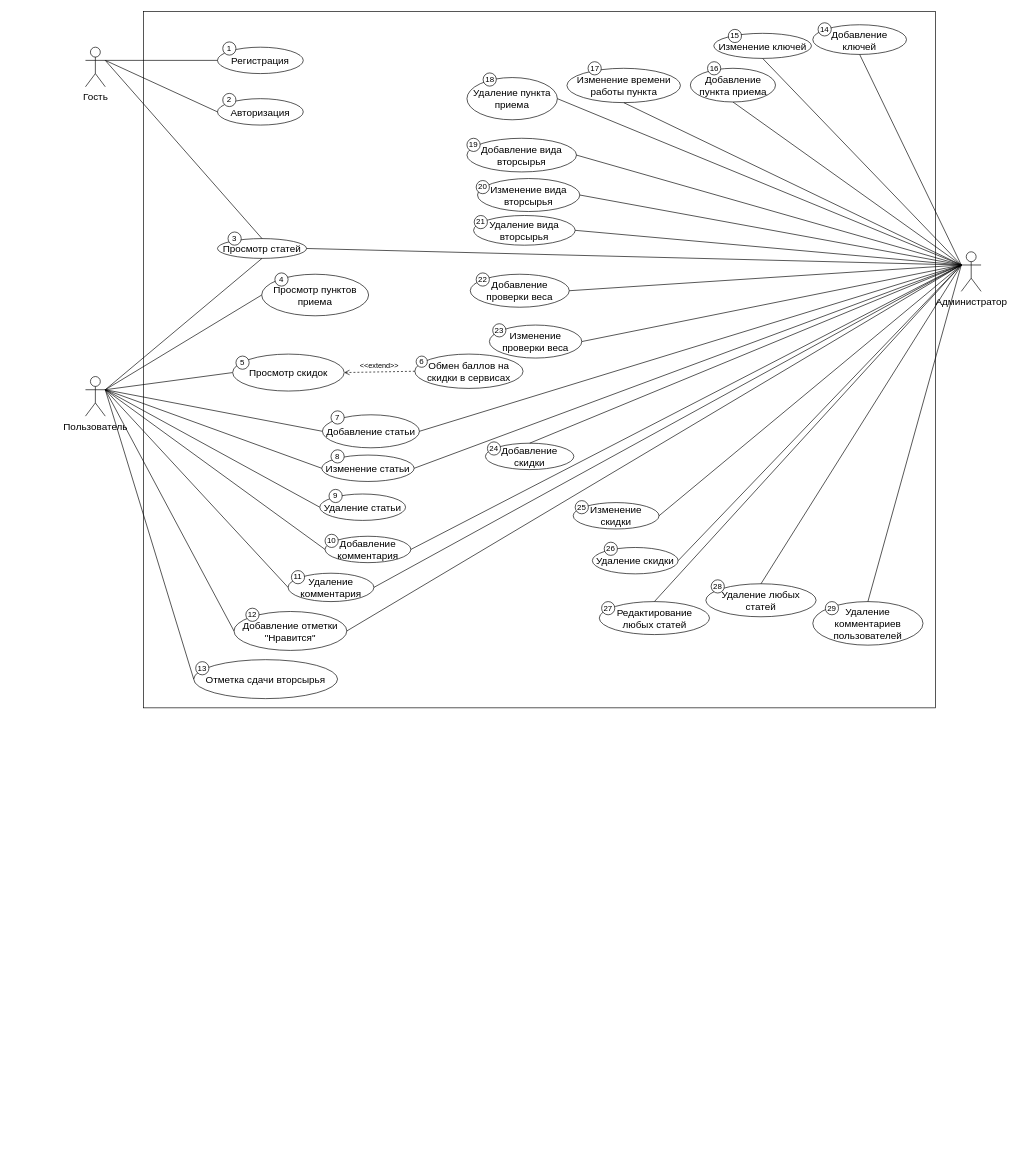
The draw.io diagram stuff_diploma/use_case_Trubach.drawio in DimaXDD/WasteWise, before the edit. Source tidied: cells renumbered, new cells numbered last; positions are measured from the earlier drawing's top-left corner, leaving out a move shared by most shapes. Both pictures are drawn from the tidied source at 66%, with x=0, y=0 at pixel (85, 11).
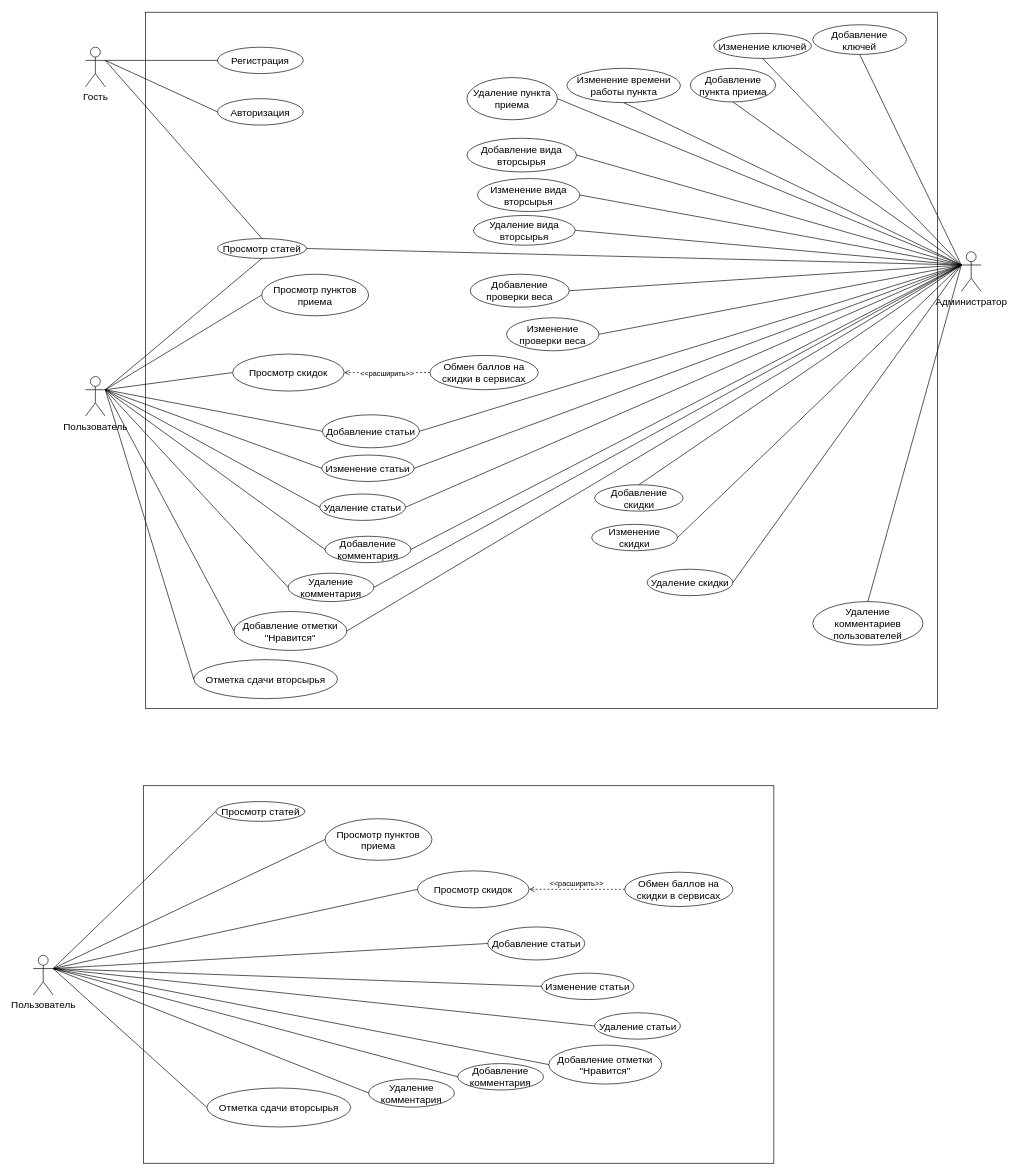
The same page after the edit.

The change refers to these unchanged cells:
```xml
<mxCell id="4" value="Администратор" style="shape=umlActor;verticalLabelPosition=bottom;verticalAlign=top;html=1;outlineConnect=0;fontSize=15;" parent="1" vertex="1">
  <mxGeometry x="1327" y="364" width="30" height="60" as="geometry" />
</mxCell>
<mxCell id="19" value="Удаление статьи" style="ellipse;whiteSpace=wrap;html=1;fontSize=15;" parent="1" vertex="1">
  <mxGeometry x="355" y="731" width="130" height="40" as="geometry" />
</mxCell>
<mxCell id="96" value="Просмотр скидок" style="ellipse;whiteSpace=wrap;html=1;fontSize=15;" parent="1" vertex="1">
  <mxGeometry x="223" y="519" width="169" height="56" as="geometry" />
</mxCell>
```

Diff of the diagram source:
```diff
@@
     <mxCell id="2" style="rounded=0;whiteSpace=wrap;html=1;" parent="1" vertex="1">
-      <mxGeometry x="88" width="1200" height="1055" as="geometry" />
+      <mxGeometry x="91" y="1" width="1200" height="1055" as="geometry" />
     </mxCell>
@@
     <mxCell id="13" value="Обмен баллов на скидки в сервисах" style="ellipse;whiteSpace=wrap;html=1;fontSize=15;" parent="1" vertex="1">
-      <mxGeometry x="499" y="519" width="164" height="52" as="geometry" />
+      <mxGeometry x="522" y="521" width="164" height="52" as="geometry" />
     </mxCell>
@@
     <mxCell id="31" value="Изменение проверки веса" style="ellipse;whiteSpace=wrap;html=1;fontSize=15;" parent="1" vertex="1">
-      <mxGeometry x="612" y="475" width="140" height="50" as="geometry" />
+      <mxGeometry x="638" y="464" width="140" height="50" as="geometry" />
     </mxCell>
@@
     <mxCell id="40" value="Добавление скидки" style="ellipse;whiteSpace=wrap;html=1;fontSize=15;" parent="1" vertex="1">
-      <mxGeometry x="606" y="654" width="134" height="40" as="geometry" />
+      <mxGeometry x="771.5" y="717" width="134" height="40" as="geometry" />
     </mxCell>
     <mxCell id="41" value="Изменение скидки" style="ellipse;whiteSpace=wrap;html=1;fontSize=15;" parent="1" vertex="1">
-      <mxGeometry x="739" y="744" width="130" height="40" as="geometry" />
+      <mxGeometry x="767" y="777" width="130" height="40" as="geometry" />
     </mxCell>
     <mxCell id="42" value="Удаление скидки" style="ellipse;whiteSpace=wrap;html=1;fontSize=15;" parent="1" vertex="1">
-      <mxGeometry x="768" y="812" width="130" height="40" as="geometry" />
+      <mxGeometry x="851" y="845" width="130" height="40" as="geometry" />
     </mxCell>
@@
-    <mxCell id="44" value="Удаление любых статей" style="ellipse;whiteSpace=wrap;html=1;fontSize=15;" parent="1" vertex="1">
-      <mxGeometry x="940" y="867" width="167" height="50" as="geometry" />
-    </mxCell>
@@
-    <mxCell id="66" style="endArrow=none;html=1;rounded=0;entryX=0;entryY=0.3333333333333333;entryDx=0;entryDy=0;exitX=0.5;exitY=0;exitDx=0;exitDy=0;fontSize=15;entryPerimeter=0;" parent="1" edge="1" source="44" target="4">
+    <mxCell id="66" style="endArrow=none;html=1;rounded=0;entryX=0;entryY=0.3333333333333333;entryDx=0;entryDy=0;exitX=1;exitY=0.5;exitDx=0;exitDy=0;fontSize=15;entryPerimeter=0;" parent="1" edge="1" source="19" target="4">
       <mxGeometry relative="1" as="geometry" />
     </mxCell>
-    <mxCell id="67" value="1" style="ellipse;whiteSpace=wrap;html=1;" parent="1" vertex="1">
-      <mxGeometry x="208" y="46" width="20" height="20" as="geometry" />
-    </mxCell>
-    <mxCell id="68" value="12" style="ellipse;whiteSpace=wrap;html=1;" parent="1" vertex="1">
-      <mxGeometry x="243" y="904" width="20" height="20" as="geometry" />
-    </mxCell>
-    <mxCell id="69" value="4" style="ellipse;whiteSpace=wrap;html=1;" parent="1" vertex="1">
-      <mxGeometry x="287" y="396" width="20" height="20" as="geometry" />
-    </mxCell>
-    <mxCell id="70" value="3" style="ellipse;whiteSpace=wrap;html=1;" parent="1" vertex="1">
-      <mxGeometry x="216" y="334" width="20" height="20" as="geometry" />
-    </mxCell>
-    <mxCell id="71" value="2" style="ellipse;whiteSpace=wrap;html=1;" parent="1" vertex="1">
-      <mxGeometry x="208" y="124" width="20" height="20" as="geometry" />
-    </mxCell>
-    <mxCell id="72" value="10" style="ellipse;whiteSpace=wrap;html=1;" parent="1" vertex="1">
-      <mxGeometry x="363" y="792" width="20" height="20" as="geometry" />
-    </mxCell>
-    <mxCell id="73" value="9" style="ellipse;whiteSpace=wrap;html=1;" parent="1" vertex="1">
-      <mxGeometry x="369" y="724" width="20" height="20" as="geometry" />
-    </mxCell>
-    <mxCell id="74" value="8" style="ellipse;whiteSpace=wrap;html=1;" parent="1" vertex="1">
-      <mxGeometry x="372" y="664" width="20" height="20" as="geometry" />
-    </mxCell>
-    <mxCell id="75" value="7" style="ellipse;whiteSpace=wrap;html=1;" parent="1" vertex="1">
-      <mxGeometry x="372" y="605" width="20" height="20" as="geometry" />
-    </mxCell>
-    <mxCell id="76" value="13" style="ellipse;whiteSpace=wrap;html=1;" parent="1" vertex="1">
-      <mxGeometry x="167" y="985" width="20" height="20" as="geometry" />
-    </mxCell>
-    <mxCell id="77" value="11" style="ellipse;whiteSpace=wrap;html=1;" parent="1" vertex="1">
-      <mxGeometry x="312" y="847" width="20" height="20" as="geometry" />
-    </mxCell>
-    <mxCell id="78" value="18" style="ellipse;whiteSpace=wrap;html=1;" parent="1" vertex="1">
-      <mxGeometry x="602.5" y="93" width="20" height="20" as="geometry" />
-    </mxCell>
-    <mxCell id="79" value="26" style="ellipse;whiteSpace=wrap;html=1;" parent="1" vertex="1">
-      <mxGeometry x="786" y="804" width="20" height="20" as="geometry" />
-    </mxCell>
-    <mxCell id="80" value="19" style="ellipse;whiteSpace=wrap;html=1;" parent="1" vertex="1">
-      <mxGeometry x="578" y="192" width="20" height="20" as="geometry" />
-    </mxCell>
-    <mxCell id="81" value="15" style="ellipse;whiteSpace=wrap;html=1;" parent="1" vertex="1">
-      <mxGeometry x="974" y="27" width="20" height="20" as="geometry" />
-    </mxCell>
-    <mxCell id="82" value="14" style="ellipse;whiteSpace=wrap;html=1;" parent="1" vertex="1">
-      <mxGeometry x="1110" y="17" width="20" height="20" as="geometry" />
-    </mxCell>
-    <mxCell id="83" value="17" style="ellipse;whiteSpace=wrap;html=1;" parent="1" vertex="1">
-      <mxGeometry x="761.5" y="76" width="20" height="20" as="geometry" />
-    </mxCell>
-    <mxCell id="84" value="16" style="ellipse;whiteSpace=wrap;html=1;" parent="1" vertex="1">
-      <mxGeometry x="942.5" y="76" width="20" height="20" as="geometry" />
-    </mxCell>
-    <mxCell id="85" value="25" style="ellipse;whiteSpace=wrap;html=1;" parent="1" vertex="1">
-      <mxGeometry x="742" y="741" width="20" height="20" as="geometry" />
-    </mxCell>
-    <mxCell id="86" value="24" style="ellipse;whiteSpace=wrap;html=1;" parent="1" vertex="1">
-      <mxGeometry x="609" y="652" width="20" height="20" as="geometry" />
-    </mxCell>
-    <mxCell id="87" value="23" style="ellipse;whiteSpace=wrap;html=1;" parent="1" vertex="1">
-      <mxGeometry x="617" y="473" width="20" height="20" as="geometry" />
-    </mxCell>
-    <mxCell id="88" value="22" style="ellipse;whiteSpace=wrap;html=1;" parent="1" vertex="1">
-      <mxGeometry x="592" y="396" width="20" height="20" as="geometry" />
-    </mxCell>
-    <mxCell id="89" value="28" style="ellipse;whiteSpace=wrap;html=1;" parent="1" vertex="1">
-      <mxGeometry x="948" y="861" width="20" height="20" as="geometry" />
-    </mxCell>
-    <mxCell id="90" value="29" style="ellipse;whiteSpace=wrap;html=1;" parent="1" vertex="1">
-      <mxGeometry x="1121" y="894" width="20" height="20" as="geometry" />
-    </mxCell>
-    <mxCell id="91" value="21" style="ellipse;whiteSpace=wrap;html=1;" parent="1" vertex="1">
-      <mxGeometry x="589" y="309" width="20" height="20" as="geometry" />
-    </mxCell>
-    <mxCell id="92" value="20" style="ellipse;whiteSpace=wrap;html=1;" parent="1" vertex="1">
-      <mxGeometry x="592" y="256" width="20" height="20" as="geometry" />
-    </mxCell>
-    <mxCell id="93" value="Редактирование любых статей" style="ellipse;whiteSpace=wrap;html=1;fontSize=15;" parent="1" vertex="1">
-      <mxGeometry x="778.5" y="894" width="167" height="50" as="geometry" />
-    </mxCell>
-    <mxCell id="94" value="27" style="ellipse;whiteSpace=wrap;html=1;" parent="1" vertex="1">
-      <mxGeometry x="782" y="894" width="20" height="20" as="geometry" />
-    </mxCell>
-    <mxCell id="95" style="endArrow=none;html=1;rounded=0;entryX=0;entryY=0.3333333333333333;entryDx=0;entryDy=0;exitX=0.5;exitY=0;exitDx=0;exitDy=0;fontSize=15;entryPerimeter=0;" parent="1" edge="1" source="93" target="4">
-      <mxGeometry relative="1" as="geometry" />
-    </mxCell>
@@
-    <mxCell id="97" value="5" style="ellipse;whiteSpace=wrap;html=1;" parent="1" vertex="1">
-      <mxGeometry x="228" y="522" width="20" height="20" as="geometry" />
-    </mxCell>
-    <mxCell id="98" value="6" style="ellipse;whiteSpace=wrap;html=1;" parent="1" vertex="1">
-      <mxGeometry x="501" y="522" width="17" height="17" as="geometry" />
-    </mxCell>
-    <mxCell id="99" value="&amp;lt;&amp;lt;extend&amp;gt;&amp;gt;" style="html=1;verticalAlign=bottom;labelBackgroundColor=none;endArrow=open;endFill=0;dashed=1;rounded=0;exitX=0;exitY=0.5;exitDx=0;exitDy=0;entryX=1;entryY=0.5;entryDx=0;entryDy=0;" parent="1" edge="1" source="13" target="96">
+    <mxCell id="99" style="html=1;verticalAlign=bottom;labelBackgroundColor=none;endArrow=open;endFill=0;dashed=1;rounded=0;exitX=0;exitY=0.5;exitDx=0;exitDy=0;entryX=1;entryY=0.5;entryDx=0;entryDy=0;" parent="1" edge="1" source="13" target="96">
       <mxGeometry relative="1" as="geometry" />
     </mxCell>
+    <mxCell id="100" value="&amp;lt;&amp;lt;расширить&amp;gt;&amp;gt;" style="edgeLabel;html=1;align=center;verticalAlign=middle;" parent="99" vertex="1">
+      <mxGeometry x="-0.53" y="2" relative="1" as="geometry">
+        <mxPoint x="-35" y="-2" as="offset" />
+      </mxGeometry>
+    </mxCell>
+    <mxCell id="101" style="rounded=0;whiteSpace=wrap;html=1;" parent="1" vertex="1">
+      <mxGeometry x="88" y="1173" width="955" height="572" as="geometry" />
+    </mxCell>
+    <mxCell id="102" value="Пользователь" style="shape=umlActor;verticalLabelPosition=bottom;verticalAlign=top;html=1;outlineConnect=0;fontSize=15;" parent="1" vertex="1">
+      <mxGeometry x="-79" y="1430" width="30" height="60" as="geometry" />
+    </mxCell>
+    <mxCell id="103" value="Просмотр пунктов приема" style="ellipse;whiteSpace=wrap;html=1;fontSize=15;" parent="1" vertex="1">
+      <mxGeometry x="363" y="1223" width="162" height="63" as="geometry" />
+    </mxCell>
+    <mxCell id="104" value="Обмен баллов на скидки в сервисах" style="ellipse;whiteSpace=wrap;html=1;fontSize=15;" parent="1" vertex="1">
+      <mxGeometry x="817" y="1304" width="164" height="52" as="geometry" />
+    </mxCell>
+    <mxCell id="105" value="Просмотр статей" style="ellipse;whiteSpace=wrap;html=1;fontSize=15;" parent="1" vertex="1">
+      <mxGeometry x="197.5" y="1197" width="135" height="30" as="geometry" />
+    </mxCell>
+    <mxCell id="106" value="Отметка сдачи вторсырья" style="ellipse;whiteSpace=wrap;html=1;fontSize=15;" parent="1" vertex="1">
+      <mxGeometry x="184" y="1631" width="218" height="59" as="geometry" />
+    </mxCell>
+    <mxCell id="107" value="Удаление статьи" style="ellipse;whiteSpace=wrap;html=1;fontSize=15;" parent="1" vertex="1">
+      <mxGeometry x="771.5" y="1517" width="130" height="40" as="geometry" />
+    </mxCell>
+    <mxCell id="108" value="Изменение статьи" style="ellipse;whiteSpace=wrap;html=1;fontSize=15;" parent="1" vertex="1">
+      <mxGeometry x="691" y="1457" width="140" height="40" as="geometry" />
+    </mxCell>
+    <mxCell id="109" value="Добавление статьи" style="ellipse;whiteSpace=wrap;html=1;fontSize=15;" parent="1" vertex="1">
+      <mxGeometry x="609.5" y="1387" width="147" height="50" as="geometry" />
+    </mxCell>
+    <mxCell id="110" value="Добавление отметки&lt;div&gt;&quot;Нравится&quot;&lt;/div&gt;" style="ellipse;whiteSpace=wrap;html=1;fontSize=15;" parent="1" vertex="1">
+      <mxGeometry x="702" y="1566" width="171" height="59" as="geometry" />
+    </mxCell>
+    <mxCell id="111" value="Удаление комментария" style="ellipse;whiteSpace=wrap;html=1;fontSize=15;" parent="1" vertex="1">
+      <mxGeometry x="429" y="1617" width="130" height="43" as="geometry" />
+    </mxCell>
+    <mxCell id="112" value="Добавление комментария" style="ellipse;whiteSpace=wrap;html=1;fontSize=15;" parent="1" vertex="1">
+      <mxGeometry x="564" y="1594" width="130" height="40" as="geometry" />
+    </mxCell>
+    <mxCell id="113" value="Просмотр скидок" style="ellipse;whiteSpace=wrap;html=1;fontSize=15;" parent="1" vertex="1">
+      <mxGeometry x="503" y="1302" width="169" height="56" as="geometry" />
+    </mxCell>
+    <mxCell id="114" value="&amp;lt;&amp;lt;расширить&amp;gt;&amp;gt;" style="html=1;verticalAlign=bottom;labelBackgroundColor=none;endArrow=open;endFill=0;dashed=1;rounded=0;exitX=0;exitY=0.5;exitDx=0;exitDy=0;entryX=1;entryY=0.5;entryDx=0;entryDy=0;" parent="1" edge="1" source="104" target="113">
+      <mxGeometry relative="1" as="geometry" />
+    </mxCell>
+    <mxCell id="115" style="endArrow=none;html=1;rounded=0;fontSize=15;entryX=0;entryY=0.5;entryDx=0;entryDy=0;exitX=1;exitY=0.3333333333333333;exitDx=0;exitDy=0;exitPerimeter=0;" parent="1" edge="1" source="102" target="106">
+      <mxGeometry relative="1" as="geometry" />
+    </mxCell>
+    <mxCell id="116" style="endArrow=none;html=1;rounded=0;entryX=1;entryY=0.3333333333333333;entryDx=0;entryDy=0;entryPerimeter=0;fontSize=15;exitX=0;exitY=0.5;exitDx=0;exitDy=0;" parent="1" edge="1" source="105" target="102">
+      <mxGeometry relative="1" as="geometry" />
+    </mxCell>
+    <mxCell id="117" style="endArrow=none;html=1;rounded=0;entryX=0;entryY=0.5;entryDx=0;entryDy=0;fontSize=15;exitX=1;exitY=0.3333333333333333;exitDx=0;exitDy=0;exitPerimeter=0;" parent="1" edge="1" source="102" target="107">
+      <mxGeometry relative="1" as="geometry" />
+    </mxCell>
+    <mxCell id="118" style="endArrow=none;html=1;rounded=0;entryX=0;entryY=0.5;entryDx=0;entryDy=0;fontSize=15;exitX=1;exitY=0.3333333333333333;exitDx=0;exitDy=0;exitPerimeter=0;" parent="1" edge="1" source="102" target="108">
+      <mxGeometry relative="1" as="geometry" />
+    </mxCell>
+    <mxCell id="119" style="endArrow=none;html=1;rounded=0;entryX=0;entryY=0.5;entryDx=0;entryDy=0;fontSize=15;exitX=1;exitY=0.3333333333333333;exitDx=0;exitDy=0;exitPerimeter=0;" parent="1" edge="1" source="102" target="111">
+      <mxGeometry relative="1" as="geometry" />
+    </mxCell>
+    <mxCell id="120" style="endArrow=none;html=1;rounded=0;entryX=0;entryY=0.5;entryDx=0;entryDy=0;fontSize=15;exitX=1;exitY=0.3333333333333333;exitDx=0;exitDy=0;exitPerimeter=0;" parent="1" edge="1" source="102" target="113">
+      <mxGeometry relative="1" as="geometry" />
+    </mxCell>
+    <mxCell id="121" style="endArrow=none;html=1;rounded=0;entryX=0;entryY=0.5;entryDx=0;entryDy=0;fontSize=15;exitX=1;exitY=0.3333333333333333;exitDx=0;exitDy=0;exitPerimeter=0;" parent="1" edge="1" source="102" target="109">
+      <mxGeometry relative="1" as="geometry" />
+    </mxCell>
+    <mxCell id="122" style="endArrow=none;html=1;rounded=0;entryX=0;entryY=0.5;entryDx=0;entryDy=0;fontSize=15;exitX=1;exitY=0.3333333333333333;exitDx=0;exitDy=0;exitPerimeter=0;" parent="1" edge="1" source="102" target="110">
+      <mxGeometry relative="1" as="geometry" />
+    </mxCell>
+    <mxCell id="123" style="endArrow=none;html=1;rounded=0;entryX=0;entryY=0.5;entryDx=0;entryDy=0;fontSize=15;exitX=1;exitY=0.3333333333333333;exitDx=0;exitDy=0;exitPerimeter=0;" parent="1" edge="1" source="102" target="112">
+      <mxGeometry relative="1" as="geometry" />
+    </mxCell>
+    <mxCell id="124" style="endArrow=none;html=1;rounded=0;entryX=1;entryY=0.3333333333333333;entryDx=0;entryDy=0;entryPerimeter=0;fontSize=15;exitX=0;exitY=0.5;exitDx=0;exitDy=0;" parent="1" edge="1" source="103" target="102">
+      <mxGeometry relative="1" as="geometry" />
+    </mxCell>
```
